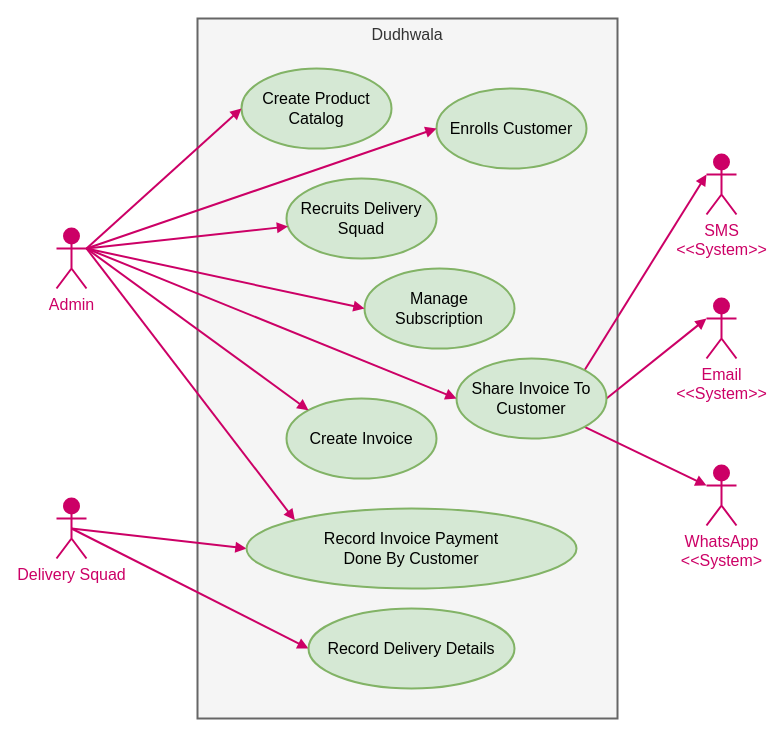
dudhwalas/dudhwala keeps this draw.io diagram as docs/diagram/context_view.drawio. Above is the earlier version. Source tidied: cells renumbered, new cells numbered last; positions are measured from the earlier drawing's top-left corner, leaving out a move shared by most shapes. Both pictures are drawn from the tidied source at 100%, with x=0, y=0 at pixel (56, 18).
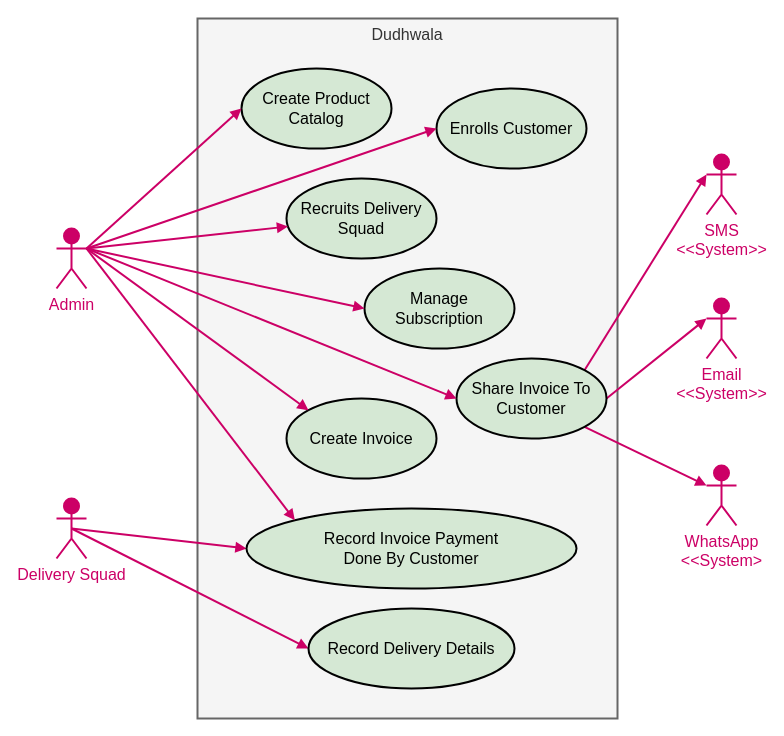
After the change.

The edit, as a diff of the source:
```diff
@@
-    <mxCell id="4" value="Create Product Catalog" style="ellipse;whiteSpace=wrap;html=1;shadow=0;fontSize=16;fillColor=#d5e8d4;strokeColor=#82b366;strokeWidth=2;" parent="1" vertex="1">
+    <mxCell id="4" value="Create Product Catalog" style="ellipse;whiteSpace=wrap;html=1;shadow=0;fontSize=16;fillColor=#d5e8d4;strokeColor=#000000;strokeWidth=2;" parent="1" vertex="1">
       <mxGeometry x="185" y="50" width="150" height="80" as="geometry" />
     </mxCell>
@@
-    <mxCell id="6" value="Enrolls Customer" style="ellipse;whiteSpace=wrap;html=1;shadow=0;fontSize=16;fillColor=#d5e8d4;strokeColor=#82b366;strokeWidth=2;" parent="1" vertex="1">
+    <mxCell id="6" value="Enrolls Customer" style="ellipse;whiteSpace=wrap;html=1;shadow=0;fontSize=16;fillColor=#d5e8d4;strokeColor=#000000;strokeWidth=2;" parent="1" vertex="1">
       <mxGeometry x="380" y="70" width="150" height="80" as="geometry" />
     </mxCell>
-    <mxCell id="7" value="Recruits Delivery Squad" style="ellipse;whiteSpace=wrap;html=1;shadow=0;fontSize=16;fillColor=#d5e8d4;strokeColor=#82b366;strokeWidth=2;" parent="1" vertex="1">
+    <mxCell id="7" value="Recruits Delivery Squad" style="ellipse;whiteSpace=wrap;html=1;shadow=0;fontSize=16;fillColor=#d5e8d4;strokeColor=#000000;strokeWidth=2;" parent="1" vertex="1">
       <mxGeometry x="230" y="160" width="150" height="80" as="geometry" />
     </mxCell>
-    <mxCell id="8" value="Create Invoice" style="ellipse;whiteSpace=wrap;html=1;shadow=0;fontSize=16;fillColor=#d5e8d4;strokeColor=#82b366;strokeWidth=2;" parent="1" vertex="1">
+    <mxCell id="8" value="Create Invoice" style="ellipse;whiteSpace=wrap;html=1;shadow=0;fontSize=16;fillColor=#d5e8d4;strokeColor=#000000;strokeWidth=2;" parent="1" vertex="1">
       <mxGeometry x="230" y="380" width="150" height="80" as="geometry" />
     </mxCell>
@@
-    <mxCell id="15" value="Record Delivery Details" style="ellipse;whiteSpace=wrap;html=1;shadow=0;fontSize=16;fillColor=#d5e8d4;strokeColor=#82b366;strokeWidth=2;" parent="1" vertex="1">
+    <mxCell id="15" value="Record Delivery Details" style="ellipse;whiteSpace=wrap;html=1;shadow=0;fontSize=16;fillColor=#d5e8d4;strokeColor=#000000;strokeWidth=2;" parent="1" vertex="1">
       <mxGeometry x="252" y="590" width="206" height="80" as="geometry" />
     </mxCell>
-    <mxCell id="16" value="Record Invoice Payment &lt;br&gt;Done By Customer" style="ellipse;whiteSpace=wrap;html=1;shadow=0;fontSize=16;fillColor=#d5e8d4;strokeColor=#82b366;strokeWidth=2;" parent="1" vertex="1">
+    <mxCell id="16" value="Record Invoice Payment &lt;br&gt;Done By Customer" style="ellipse;whiteSpace=wrap;html=1;shadow=0;fontSize=16;fillColor=#d5e8d4;strokeColor=#000000;strokeWidth=2;" parent="1" vertex="1">
       <mxGeometry x="190" y="490" width="330" height="80" as="geometry" />
     </mxCell>
@@
-    <mxCell id="21" value="Share Invoice To Customer" style="ellipse;whiteSpace=wrap;html=1;shadow=0;fontSize=16;fillColor=#d5e8d4;strokeColor=#82b366;strokeWidth=2;" parent="1" vertex="1">
+    <mxCell id="21" value="Share Invoice To Customer" style="ellipse;whiteSpace=wrap;html=1;shadow=0;fontSize=16;fillColor=#d5e8d4;strokeColor=#000000;strokeWidth=2;" parent="1" vertex="1">
       <mxGeometry x="400" y="340" width="150" height="80" as="geometry" />
     </mxCell>
@@
-    <mxCell id="26" value="Manage Subscription" style="ellipse;whiteSpace=wrap;html=1;shadow=0;fontSize=16;fillColor=#d5e8d4;strokeColor=#82b366;strokeWidth=2;" parent="1" vertex="1">
+    <mxCell id="26" value="Manage Subscription" style="ellipse;whiteSpace=wrap;html=1;shadow=0;fontSize=16;fillColor=#d5e8d4;strokeColor=#000000;strokeWidth=2;" parent="1" vertex="1">
       <mxGeometry x="308" y="250" width="150" height="80" as="geometry" />
     </mxCell>
```
